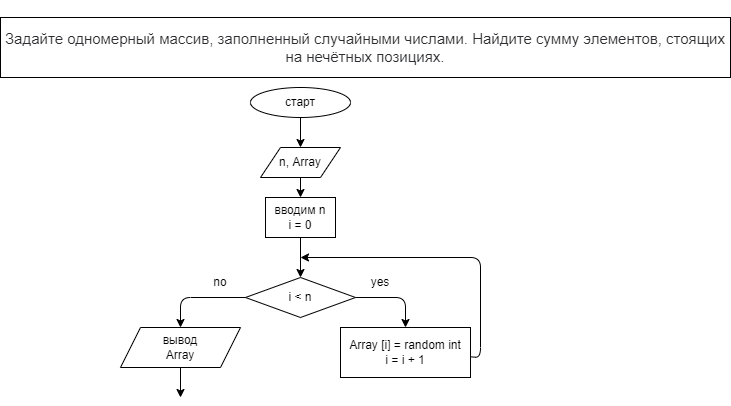
Before: DZ5/zadacha36/diagram.drawio.png, a diagram exported from draw.io (ElenaFomenkova/DZ). Source tidied: cells renumbered, new cells last; positions are measured from the earlier drawing's top-left corner, leaving out a move shared by most shapes. Source of this version:
```xml
<mxGraphModel>
  <root>
    <mxCell id="0" />
    <mxCell id="1" parent="0" />
    <mxCell id="2" value="&#10;&#10;&lt;span style=&quot;color: rgb(44, 45, 48); font-family: roboto, &amp;quot;san francisco&amp;quot;, &amp;quot;helvetica neue&amp;quot;, helvetica, arial; font-size: 15px; font-style: normal; font-weight: 400; letter-spacing: normal; text-indent: 0px; text-transform: none; word-spacing: 0px; background-color: rgb(255, 255, 255); display: inline; float: none;&quot;&gt;Задайте одномерный массив, заполненный случайными числами. Найдите сумму элементов, стоящих на нечётных позициях.&lt;/span&gt;&#10;&#10;" style="rounded=0;whiteSpace=wrap;html=1;" parent="1" vertex="1">
      <mxGeometry width="730" height="60" as="geometry" />
    </mxCell>
    <mxCell id="3" style="edgeStyle=none;html=1;" parent="1" edge="1" source="4" target="6">
      <mxGeometry relative="1" as="geometry" />
    </mxCell>
    <mxCell id="4" value="старт" style="ellipse;whiteSpace=wrap;html=1;" parent="1" vertex="1">
      <mxGeometry x="250" y="70" width="100" height="30" as="geometry" />
    </mxCell>
    <mxCell id="5" style="edgeStyle=none;html=1;" parent="1" edge="1" source="6" target="11">
      <mxGeometry relative="1" as="geometry" />
    </mxCell>
    <mxCell id="6" value="n, Array" style="shape=parallelogram;perimeter=parallelogramPerimeter;whiteSpace=wrap;html=1;fixedSize=1;" parent="1" vertex="1">
      <mxGeometry x="260" y="130" width="80" height="30" as="geometry" />
    </mxCell>
    <mxCell id="7" style="edgeStyle=none;html=1;entryX=0.5;entryY=0;entryDx=0;entryDy=0;" parent="1" edge="1" source="9" target="13">
      <mxGeometry relative="1" as="geometry">
        <Array as="points">
          <mxPoint x="405" y="280" />
        </Array>
      </mxGeometry>
    </mxCell>
    <mxCell id="8" style="edgeStyle=none;html=1;entryX=0.5;entryY=0;entryDx=0;entryDy=0;" parent="1" edge="1" source="9" target="16">
      <mxGeometry relative="1" as="geometry">
        <Array as="points">
          <mxPoint x="180" y="280" />
        </Array>
      </mxGeometry>
    </mxCell>
    <mxCell id="9" value="i &amp;lt; n" style="rhombus;whiteSpace=wrap;html=1;" parent="1" vertex="1">
      <mxGeometry x="245" y="260" width="110" height="40" as="geometry" />
    </mxCell>
    <mxCell id="10" style="edgeStyle=none;html=1;" parent="1" edge="1" source="11" target="9">
      <mxGeometry relative="1" as="geometry" />
    </mxCell>
    <mxCell id="11" value="&lt;span&gt;вводим n&lt;br&gt;i = 0&lt;/span&gt;" style="rounded=0;whiteSpace=wrap;html=1;" parent="1" vertex="1">
      <mxGeometry x="265" y="180" width="70" height="40" as="geometry" />
    </mxCell>
    <mxCell id="12" style="edgeStyle=none;html=1;" parent="1" edge="1" source="13">
      <mxGeometry relative="1" as="geometry">
        <mxPoint x="300" y="240" as="targetPoint" />
        <Array as="points">
          <mxPoint x="480" y="340" />
          <mxPoint x="480" y="240" />
        </Array>
      </mxGeometry>
    </mxCell>
    <mxCell id="13" value="Array [i] = random int&lt;br&gt;i = i + 1" style="rounded=0;whiteSpace=wrap;html=1;" parent="1" vertex="1">
      <mxGeometry x="340" y="310" width="130" height="50" as="geometry" />
    </mxCell>
    <mxCell id="14" value="yes" style="text;html=1;strokeColor=none;fillColor=none;align=center;verticalAlign=middle;whiteSpace=wrap;rounded=0;" parent="1" vertex="1">
      <mxGeometry x="350" y="250" width="60" height="30" as="geometry" />
    </mxCell>
    <mxCell id="15" style="edgeStyle=none;html=1;" parent="1" edge="1" source="16">
      <mxGeometry relative="1" as="geometry">
        <mxPoint x="180" y="380" as="targetPoint" />
      </mxGeometry>
    </mxCell>
    <mxCell id="16" value="вывод&lt;br&gt;Array" style="shape=parallelogram;perimeter=parallelogramPerimeter;whiteSpace=wrap;html=1;fixedSize=1;" parent="1" vertex="1">
      <mxGeometry x="120" y="310" width="120" height="40" as="geometry" />
    </mxCell>
    <mxCell id="17" value="no" style="text;html=1;strokeColor=none;fillColor=none;align=center;verticalAlign=middle;whiteSpace=wrap;rounded=0;" parent="1" vertex="1">
      <mxGeometry x="190" y="250" width="60" height="30" as="geometry" />
    </mxCell>
  </root>
</mxGraphModel>
```
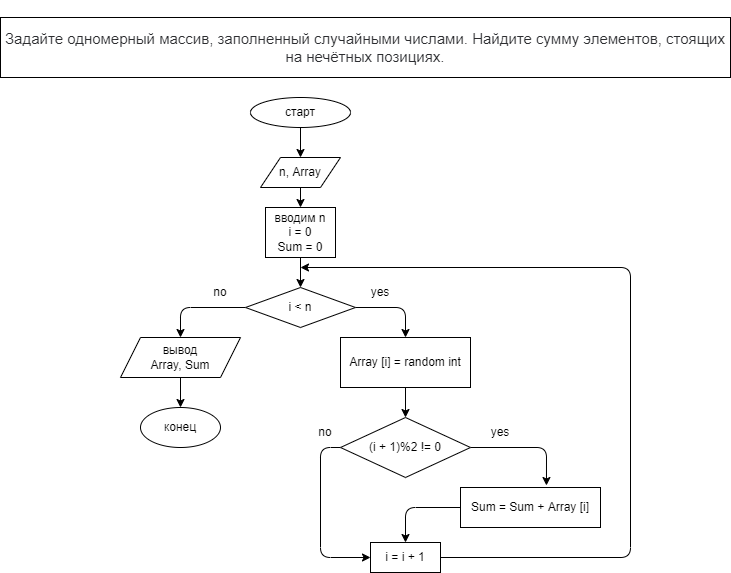
After the change.

What changed in the source:
```diff
@@ -3,7 +3,7 @@
     <mxCell id="0" />
     <mxCell id="1" parent="0" />
     <mxCell id="2" value="&#10;&#10;&lt;span style=&quot;color: rgb(44, 45, 48); font-family: roboto, &amp;quot;san francisco&amp;quot;, &amp;quot;helvetica neue&amp;quot;, helvetica, arial; font-size: 15px; font-style: normal; font-weight: 400; letter-spacing: normal; text-indent: 0px; text-transform: none; word-spacing: 0px; background-color: rgb(255, 255, 255); display: inline; float: none;&quot;&gt;Задайте одномерный массив, заполненный случайными числами. Найдите сумму элементов, стоящих на нечётных позициях.&lt;/span&gt;&#10;&#10;" style="rounded=0;whiteSpace=wrap;html=1;" parent="1" vertex="1">
-      <mxGeometry width="730" height="60" as="geometry" />
+      <mxGeometry y="-10" width="730" height="60" as="geometry" />
     </mxCell>
     <mxCell id="3" style="edgeStyle=none;html=1;" parent="1" edge="1" source="4" target="6">
       <mxGeometry relative="1" as="geometry" />
@@ -37,19 +37,13 @@
     <mxCell id="10" style="edgeStyle=none;html=1;" parent="1" edge="1" source="11" target="9">
       <mxGeometry relative="1" as="geometry" />
     </mxCell>
-    <mxCell id="11" value="&lt;span&gt;вводим n&lt;br&gt;i = 0&lt;/span&gt;" style="rounded=0;whiteSpace=wrap;html=1;" parent="1" vertex="1">
-      <mxGeometry x="265" y="180" width="70" height="40" as="geometry" />
+    <mxCell id="11" value="&lt;span&gt;вводим n&lt;br&gt;i = 0&lt;br&gt;Sum = 0&lt;br&gt;&lt;/span&gt;" style="rounded=0;whiteSpace=wrap;html=1;" parent="1" vertex="1">
+      <mxGeometry x="265" y="180" width="70" height="50" as="geometry" />
     </mxCell>
-    <mxCell id="12" style="edgeStyle=none;html=1;" parent="1" edge="1" source="13">
-      <mxGeometry relative="1" as="geometry">
-        <mxPoint x="300" y="240" as="targetPoint" />
-        <Array as="points">
-          <mxPoint x="480" y="340" />
-          <mxPoint x="480" y="240" />
-        </Array>
-      </mxGeometry>
-    </mxCell>
+    <mxCell id="18" style="edgeStyle=none;html=1;" parent="1" edge="1" source="13" target="21">
+      <mxGeometry relative="1" as="geometry" />
+    </mxCell>
-    <mxCell id="13" value="Array [i] = random int&lt;br&gt;i = i + 1" style="rounded=0;whiteSpace=wrap;html=1;" parent="1" vertex="1">
+    <mxCell id="13" value="Array [i] = random int" style="rounded=0;whiteSpace=wrap;html=1;" parent="1" vertex="1">
       <mxGeometry x="340" y="310" width="130" height="50" as="geometry" />
     </mxCell>
     <mxCell id="14" value="yes" style="text;html=1;strokeColor=none;fillColor=none;align=center;verticalAlign=middle;whiteSpace=wrap;rounded=0;" parent="1" vertex="1">
@@ -60,11 +54,60 @@
         <mxPoint x="180" y="380" as="targetPoint" />
       </mxGeometry>
     </mxCell>
-    <mxCell id="16" value="вывод&lt;br&gt;Array" style="shape=parallelogram;perimeter=parallelogramPerimeter;whiteSpace=wrap;html=1;fixedSize=1;" parent="1" vertex="1">
+    <mxCell id="16" value="вывод&lt;br&gt;Array, Sum" style="shape=parallelogram;perimeter=parallelogramPerimeter;whiteSpace=wrap;html=1;fixedSize=1;" parent="1" vertex="1">
       <mxGeometry x="120" y="310" width="120" height="40" as="geometry" />
     </mxCell>
     <mxCell id="17" value="no" style="text;html=1;strokeColor=none;fillColor=none;align=center;verticalAlign=middle;whiteSpace=wrap;rounded=0;" parent="1" vertex="1">
       <mxGeometry x="190" y="250" width="60" height="30" as="geometry" />
     </mxCell>
+    <mxCell id="19" style="edgeStyle=none;html=1;entryX=0.614;entryY=-0.05;entryDx=0;entryDy=0;entryPerimeter=0;" parent="1" edge="1" source="21" target="25">
+      <mxGeometry relative="1" as="geometry">
+        <Array as="points">
+          <mxPoint x="546" y="420" />
+        </Array>
+      </mxGeometry>
+    </mxCell>
+    <mxCell id="20" style="edgeStyle=none;html=1;entryX=0;entryY=0.5;entryDx=0;entryDy=0;" parent="1" edge="1" source="21" target="23">
+      <mxGeometry relative="1" as="geometry">
+        <Array as="points">
+          <mxPoint x="320" y="420" />
+          <mxPoint x="320" y="530" />
+        </Array>
+      </mxGeometry>
+    </mxCell>
+    <mxCell id="21" value="(i + 1)%2 != 0" style="rhombus;whiteSpace=wrap;html=1;" parent="1" vertex="1">
+      <mxGeometry x="340" y="390" width="130" height="60" as="geometry" />
+    </mxCell>
+    <mxCell id="22" style="edgeStyle=none;html=1;" parent="1" edge="1" source="23">
+      <mxGeometry relative="1" as="geometry">
+        <mxPoint x="300" y="240" as="targetPoint" />
+        <Array as="points">
+          <mxPoint x="630" y="530" />
+          <mxPoint x="630" y="240" />
+        </Array>
+      </mxGeometry>
+    </mxCell>
+    <mxCell id="23" value="i = i + 1" style="rounded=0;whiteSpace=wrap;html=1;" parent="1" vertex="1">
+      <mxGeometry x="370" y="515" width="70" height="30" as="geometry" />
+    </mxCell>
+    <mxCell id="24" style="edgeStyle=none;html=1;" parent="1" edge="1" source="25" target="23">
+      <mxGeometry relative="1" as="geometry">
+        <Array as="points">
+          <mxPoint x="405" y="480" />
+        </Array>
+      </mxGeometry>
+    </mxCell>
+    <mxCell id="25" value="Sum = Sum + Array [i]" style="rounded=0;whiteSpace=wrap;html=1;" parent="1" vertex="1">
+      <mxGeometry x="460" y="460" width="140" height="40" as="geometry" />
+    </mxCell>
+    <mxCell id="26" value="yes" style="text;html=1;strokeColor=none;fillColor=none;align=center;verticalAlign=middle;whiteSpace=wrap;rounded=0;" parent="1" vertex="1">
+      <mxGeometry x="470" y="390" width="60" height="30" as="geometry" />
+    </mxCell>
+    <mxCell id="27" value="no" style="text;html=1;strokeColor=none;fillColor=none;align=center;verticalAlign=middle;whiteSpace=wrap;rounded=0;" parent="1" vertex="1">
+      <mxGeometry x="295" y="390" width="60" height="30" as="geometry" />
+    </mxCell>
+    <mxCell id="28" value="конец" style="ellipse;whiteSpace=wrap;html=1;" parent="1" vertex="1">
+      <mxGeometry x="140" y="380" width="80" height="40" as="geometry" />
+    </mxCell>
   </root>
 </mxGraphModel>
```
